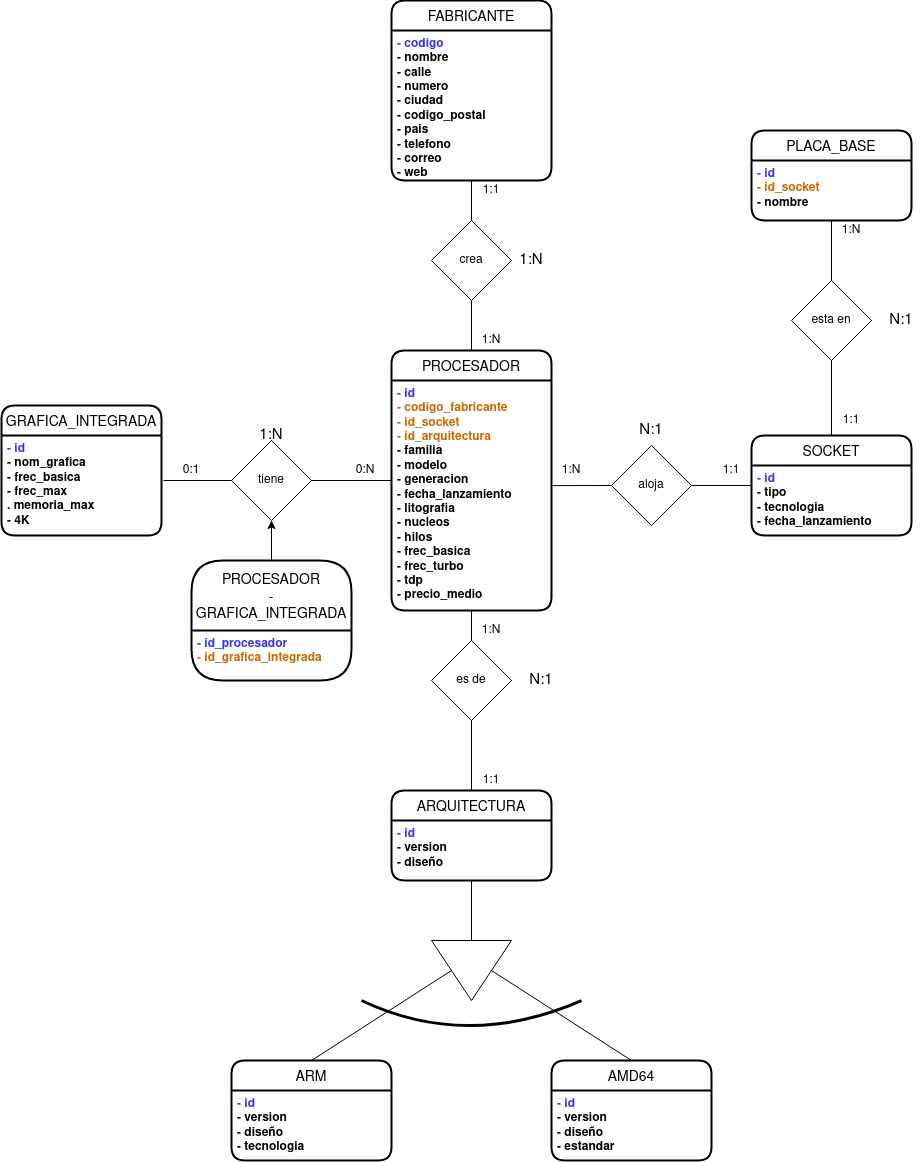
This is images/paso a tablas.png from Alejandro1901/ProcesadoresDB, a draw.io export, as it was before one commit. Source tidied: cells renumbered, new cells last; positions are measured from the earlier drawing's top-left corner, leaving out a move shared by most shapes.
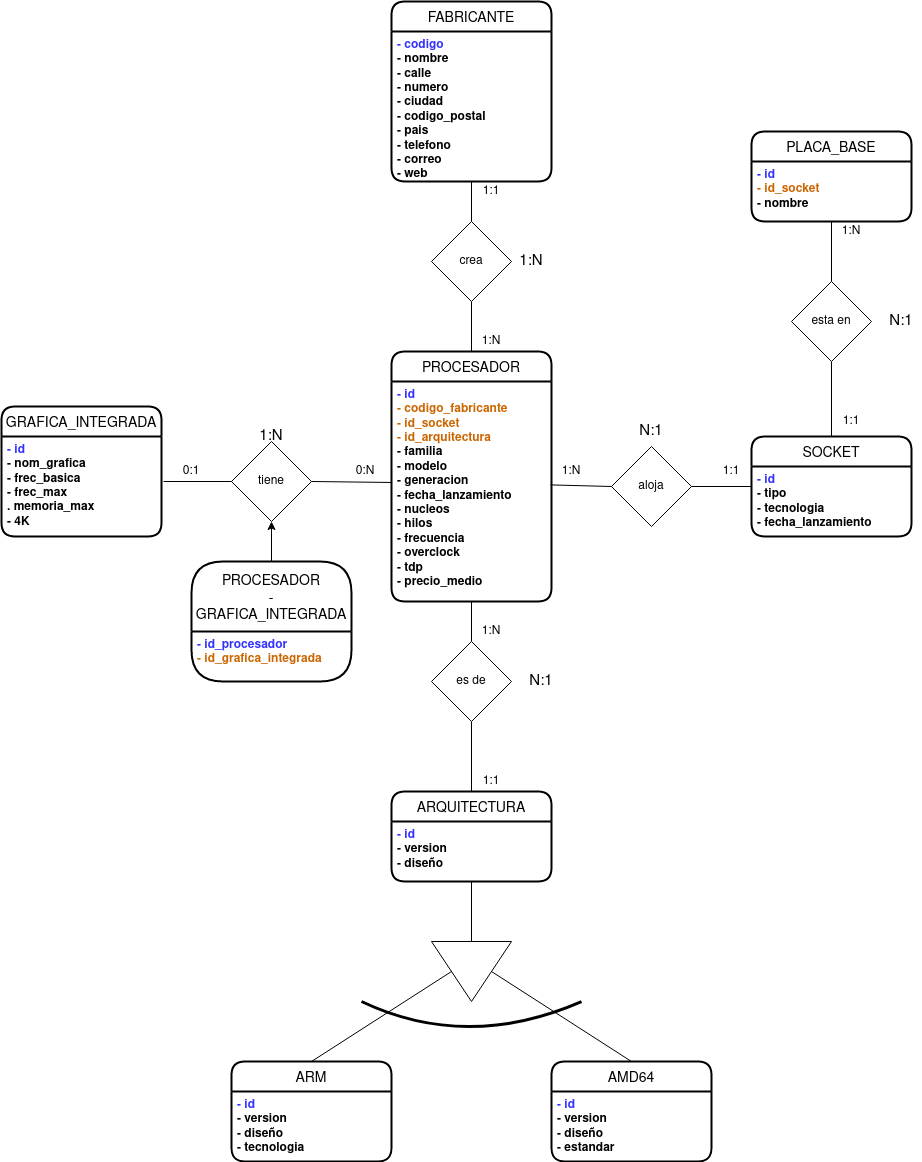
Above is the later version.

Commit message:
actualizacion diagramas e-r

Change to the diagram source:
```diff
@@ -3,10 +3,10 @@
     <mxCell id="0" />
     <mxCell id="1" parent="0" />
     <mxCell id="2" value="PROCESADOR" style="swimlane;horizontal=1;startSize=30;rounded=1;fontSize=14;fontStyle=0;strokeWidth=2;shadow=0;dashed=0;align=center;" parent="1" vertex="1">
-      <mxGeometry x="390" y="350" width="160" height="260" as="geometry" />
+      <mxGeometry x="390" y="350" width="160" height="250" as="geometry" />
     </mxCell>
-    <mxCell id="3" value="&lt;div&gt;- id&lt;br&gt;&lt;/div&gt;&lt;font color=&quot;#CC6600&quot;&gt;- codigo_fabricante&lt;br&gt;- id_socket&lt;br&gt;&lt;/font&gt;&lt;div&gt;&lt;font color=&quot;#CC6600&quot;&gt;- id_arquitectura&lt;/font&gt;&lt;font color=&quot;#CC6600&quot;&gt;&lt;font color=&quot;#000000&quot;&gt;&lt;br&gt;&lt;/font&gt;&lt;/font&gt;&lt;/div&gt;&lt;div&gt;&lt;font color=&quot;#CC6600&quot;&gt;&lt;font color=&quot;#000000&quot;&gt;- familia&lt;br&gt;&lt;/font&gt;&lt;/font&gt;&lt;/div&gt;&lt;div&gt;&lt;font color=&quot;#CC6600&quot;&gt;&lt;font color=&quot;#000000&quot;&gt;- modelo&lt;/font&gt;&lt;/font&gt;&lt;/div&gt;&lt;div&gt;&lt;font color=&quot;#CC6600&quot;&gt;&lt;font color=&quot;#000000&quot;&gt;- generacion&lt;/font&gt;&lt;/font&gt;&lt;/div&gt;&lt;div&gt;&lt;font color=&quot;#CC6600&quot;&gt;&lt;font color=&quot;#000000&quot;&gt;- fecha_lanzamiento&lt;/font&gt;&lt;/font&gt;&lt;/div&gt;&lt;div&gt;&lt;font color=&quot;#CC6600&quot;&gt;&lt;font color=&quot;#000000&quot;&gt;- litografia&lt;/font&gt;&lt;/font&gt;&lt;/div&gt;&lt;div&gt;&lt;font color=&quot;#CC6600&quot;&gt;&lt;font color=&quot;#000000&quot;&gt;- nucleos&lt;/font&gt;&lt;/font&gt;&lt;/div&gt;&lt;div&gt;&lt;font color=&quot;#CC6600&quot;&gt;&lt;font color=&quot;#000000&quot;&gt;- hilos&lt;/font&gt;&lt;/font&gt;&lt;/div&gt;&lt;div&gt;&lt;font color=&quot;#CC6600&quot;&gt;&lt;font color=&quot;#000000&quot;&gt;- frec_basica&lt;/font&gt;&lt;/font&gt;&lt;/div&gt;&lt;div&gt;&lt;font color=&quot;#CC6600&quot;&gt;&lt;font color=&quot;#000000&quot;&gt;- frec_turbo&lt;/font&gt;&lt;/font&gt;&lt;/div&gt;&lt;div&gt;&lt;font color=&quot;#CC6600&quot;&gt;&lt;font color=&quot;#000000&quot;&gt;- tdp&lt;/font&gt;&lt;/font&gt;&lt;/div&gt;&lt;div&gt;&lt;font color=&quot;#000000&quot;&gt;- precio_medio&lt;/font&gt;&lt;br&gt;&lt;/div&gt;" style="align=left;strokeColor=none;fillColor=none;spacingLeft=4;fontSize=12;verticalAlign=top;fontStyle=1;fontColor=#3333FF;html=1;" parent="2" vertex="1">
-      <mxGeometry y="30" width="160" height="230" as="geometry" />
+    <mxCell id="3" value="&lt;div&gt;- id&lt;br&gt;&lt;/div&gt;&lt;font color=&quot;#CC6600&quot;&gt;- codigo_fabricante&lt;br&gt;- id_socket&lt;br&gt;&lt;/font&gt;&lt;div&gt;&lt;font color=&quot;#CC6600&quot;&gt;- id_arquitectura&lt;/font&gt;&lt;font color=&quot;#CC6600&quot;&gt;&lt;font color=&quot;#000000&quot;&gt;&lt;br&gt;&lt;/font&gt;&lt;/font&gt;&lt;/div&gt;&lt;div&gt;&lt;font color=&quot;#CC6600&quot;&gt;&lt;font color=&quot;#000000&quot;&gt;- familia&lt;br&gt;&lt;/font&gt;&lt;/font&gt;&lt;/div&gt;&lt;div&gt;&lt;font color=&quot;#CC6600&quot;&gt;&lt;font color=&quot;#000000&quot;&gt;- modelo&lt;/font&gt;&lt;/font&gt;&lt;/div&gt;&lt;div&gt;&lt;font color=&quot;#CC6600&quot;&gt;&lt;font color=&quot;#000000&quot;&gt;- generacion&lt;/font&gt;&lt;/font&gt;&lt;/div&gt;&lt;div&gt;&lt;font color=&quot;#CC6600&quot;&gt;&lt;font color=&quot;#000000&quot;&gt;- fecha_lanzamiento&lt;/font&gt;&lt;/font&gt;&lt;/div&gt;&lt;div&gt;&lt;font color=&quot;#CC6600&quot;&gt;&lt;font color=&quot;#000000&quot;&gt;- nucleos&lt;/font&gt;&lt;/font&gt;&lt;/div&gt;&lt;div&gt;&lt;font color=&quot;#CC6600&quot;&gt;&lt;font color=&quot;#000000&quot;&gt;- hilos&lt;/font&gt;&lt;/font&gt;&lt;/div&gt;&lt;div&gt;&lt;font color=&quot;#CC6600&quot;&gt;&lt;font color=&quot;#000000&quot;&gt;- frecuencia&lt;/font&gt;&lt;/font&gt;&lt;/div&gt;&lt;div&gt;&lt;font color=&quot;#CC6600&quot;&gt;&lt;font color=&quot;#000000&quot;&gt;- overclock&lt;br&gt;&lt;/font&gt;&lt;/font&gt;&lt;/div&gt;&lt;div&gt;&lt;font color=&quot;#CC6600&quot;&gt;&lt;font color=&quot;#000000&quot;&gt;- tdp&lt;/font&gt;&lt;/font&gt;&lt;/div&gt;&lt;div&gt;&lt;font color=&quot;#000000&quot;&gt;- precio_medio&lt;/font&gt;&lt;br&gt;&lt;/div&gt;" style="align=left;strokeColor=none;fillColor=none;spacingLeft=4;fontSize=12;verticalAlign=top;fontStyle=1;fontColor=#3333FF;html=1;" parent="2" vertex="1">
+      <mxGeometry y="30" width="160" height="220" as="geometry" />
     </mxCell>
     <mxCell id="4" value="GRAFICA_INTEGRADA" style="swimlane;horizontal=1;startSize=30;rounded=1;fontSize=14;fontStyle=0;strokeWidth=2;shadow=0;dashed=0;align=center;" parent="1" vertex="1">
       <mxGeometry y="405" width="160" height="130" as="geometry" />
@@ -47,7 +47,7 @@
     <mxCell id="16" value="&lt;div align=&quot;center&quot;&gt;tiene&lt;/div&gt;" style="rhombus;whiteSpace=wrap;html=1;align=center;" parent="1" vertex="1">
       <mxGeometry x="230" y="440" width="80" height="80" as="geometry" />
     </mxCell>
-    <mxCell id="17" style="endArrow=none;html=1;fontColor=#000000;exitX=1;exitY=0.5;exitDx=0;exitDy=0;entryX=0;entryY=0.5;entryDx=0;entryDy=0;" parent="1" edge="1" source="16" target="2">
+    <mxCell id="17" style="endArrow=none;html=1;fontColor=#000000;exitX=1;exitY=0.5;exitDx=0;exitDy=0;entryX=0.004;entryY=0.459;entryDx=0;entryDy=0;entryPerimeter=0;" parent="1" edge="1" source="16" target="3">
       <mxGeometry relative="1" as="geometry" />
     </mxCell>
     <mxCell id="18" style="endArrow=none;html=1;fontColor=#000000;entryX=0;entryY=0.5;entryDx=0;entryDy=0;" parent="1" edge="1" target="16">
@@ -61,7 +61,7 @@
     <mxCell id="20" value="crea" style="rhombus;whiteSpace=wrap;html=1;fontColor=#000000;align=center;" parent="1" vertex="1">
       <mxGeometry x="430" y="220" width="80" height="80" as="geometry" />
     </mxCell>
-    <mxCell id="21" style="endArrow=none;html=1;fontColor=#000000;exitX=0.999;exitY=0.457;exitDx=0;exitDy=0;exitPerimeter=0;entryX=0;entryY=0.5;entryDx=0;entryDy=0;" parent="1" edge="1" source="3" target="19">
+    <mxCell id="21" style="endArrow=none;html=1;fontColor=#000000;exitX=0.992;exitY=0.47;exitDx=0;exitDy=0;exitPerimeter=0;entryX=0;entryY=0.5;entryDx=0;entryDy=0;" parent="1" edge="1" source="3" target="19">
       <mxGeometry relative="1" as="geometry" />
     </mxCell>
     <mxCell id="22" style="endArrow=none;html=1;fontColor=#000000;exitX=1;exitY=0.5;exitDx=0;exitDy=0;entryX=0;entryY=0.5;entryDx=0;entryDy=0;" parent="1" edge="1" source="19" target="6">
```
